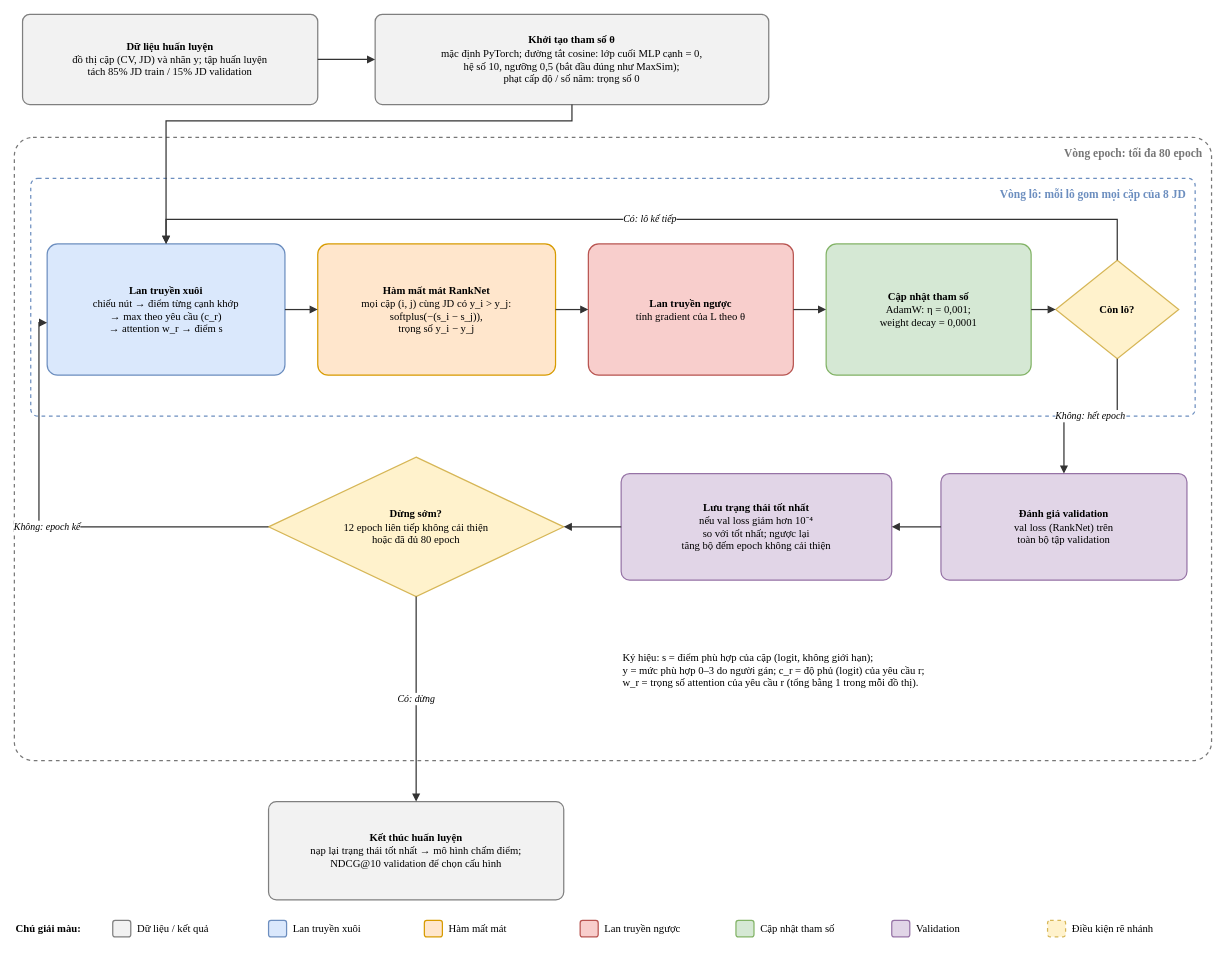
Before: report/figures/v2_hinh_2_4_huan_luyen.drawio in hoangphungvan/doantotnghiep, a draw.io diagram. Source tidied: cells renumbered, new cells numbered last; positions are measured from the earlier drawing's top-left corner, leaving out a move shared by most shapes. Both pictures are drawn from the tidied source at 82%, with x=0, y=0 at pixel (14, 14).
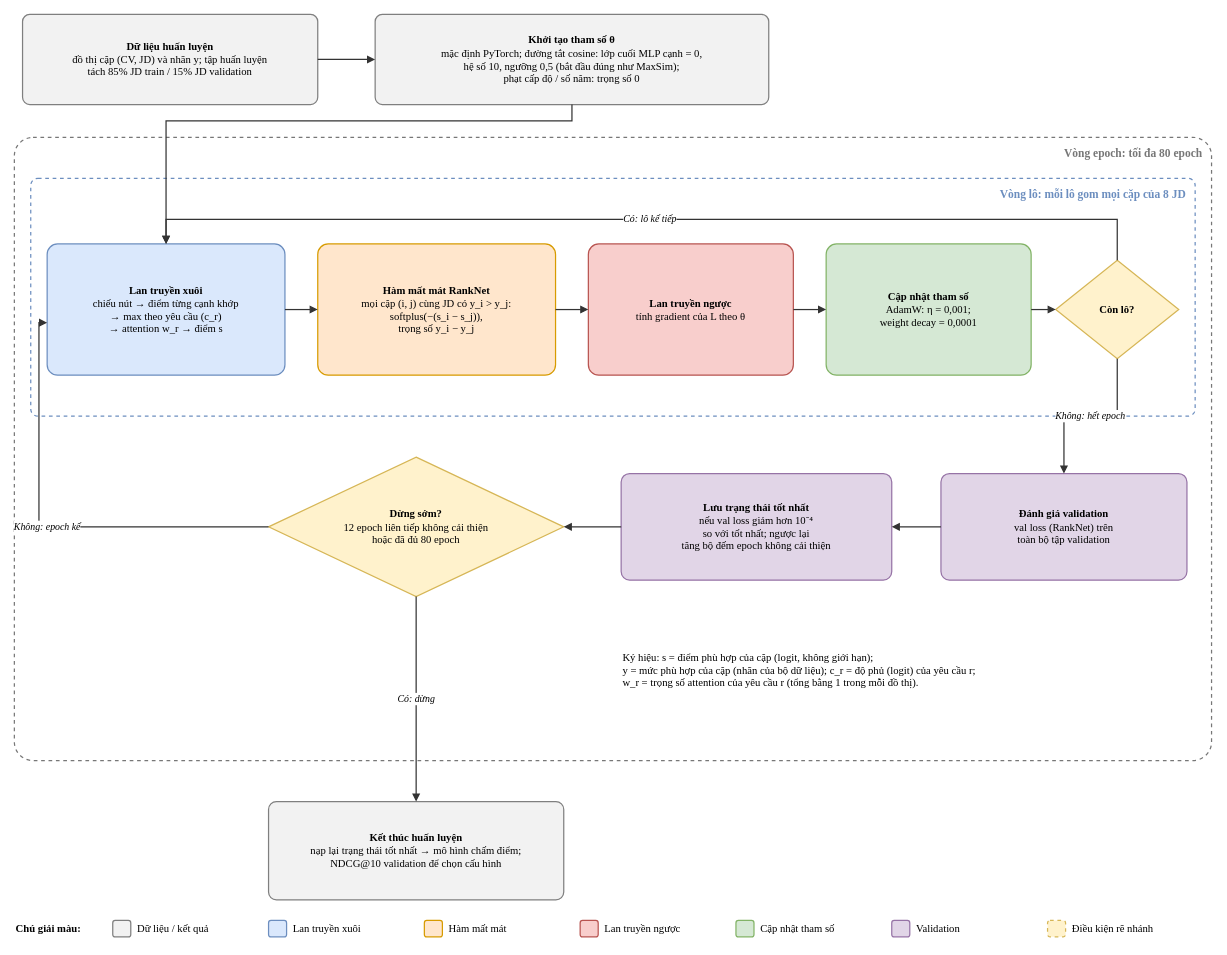
The same page after the edit.

Commit message (it also covers changes not shown here):
Fig 2.4 notation: y is the dataset's label, not a human grade (own-set labels come from an LLM-filled rubric)

Diff of the diagram source:
```diff
@@
-    <mxCell id="27" value="Ký hiệu: s = điểm phù hợp của cặp (logit, không giới hạn);&lt;br&gt;y = mức phù hợp 0–3 do người gán; c_r = độ phủ (logit) của yêu cầu r;&lt;br&gt;w_r = trọng số attention của yêu cầu r (tổng bằng 1 trong mỗi đồ thị)." style="text;html=1;align=left;verticalAlign=middle;fontFamily=Times New Roman;fontSize=13;fontColor=#000000;" parent="1" vertex="1">
+    <mxCell id="27" value="Ký hiệu: s = điểm phù hợp của cặp (logit, không giới hạn);&lt;br&gt;y = mức phù hợp của cặp (nhãn của bộ dữ liệu); c_r = độ phủ (logit) của yêu cầu r;&lt;br&gt;w_r = trọng số attention của yêu cầu r (tổng bằng 1 trong mỗi đồ thị)." style="text;html=1;align=left;verticalAlign=middle;fontFamily=Times New Roman;fontSize=13;fontColor=#000000;" parent="1" vertex="1">
       <mxGeometry x="740" y="740" width="690" height="120" as="geometry" />
     </mxCell>
```
